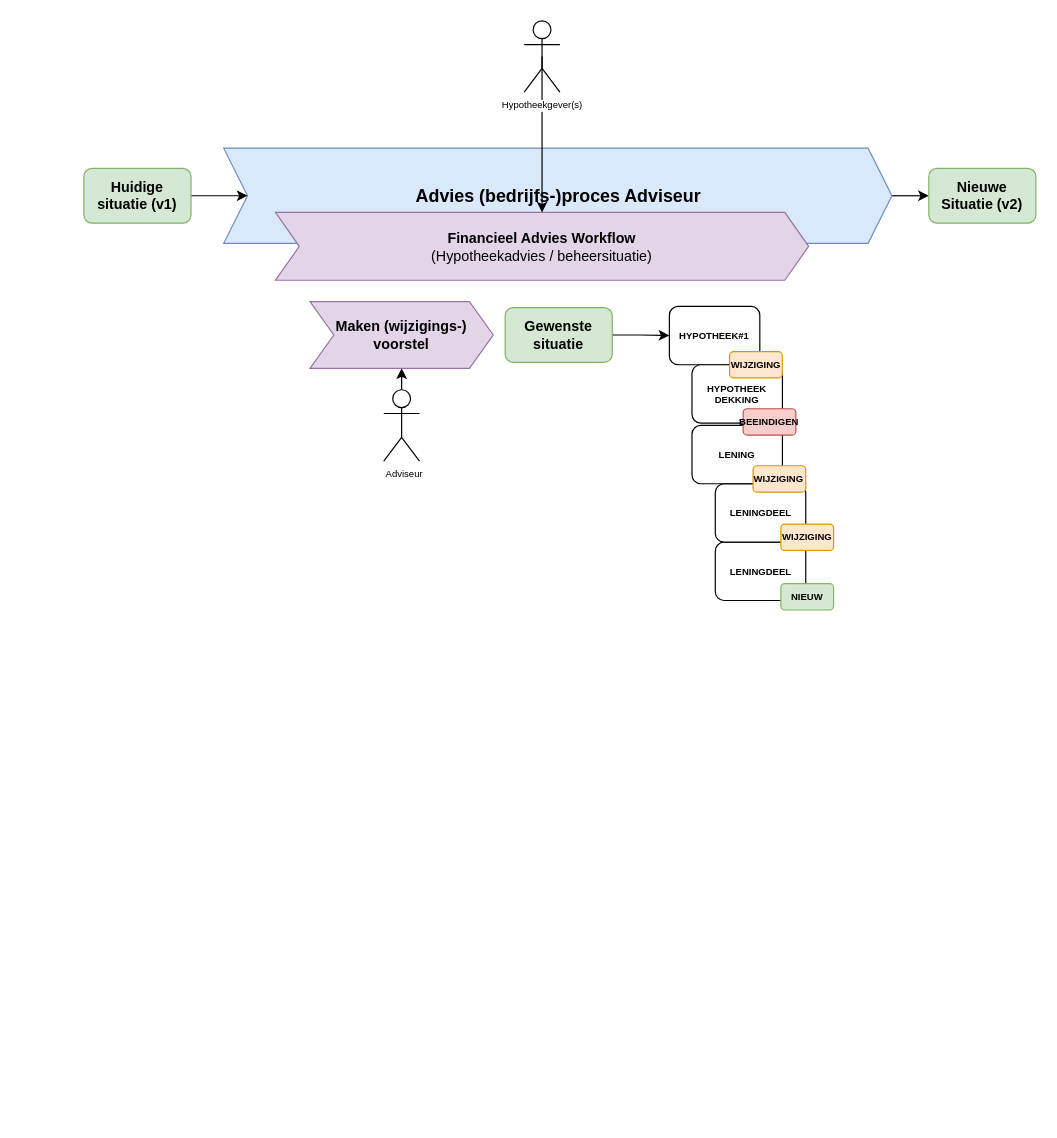
The draw.io diagram page "Adviesproces" (7 of 7) of HDN-Procesplaten.drawio in luchthandel/diagrams, before the edit. Source tidied: cells renumbered, new cells numbered last; positions are measured from the earlier drawing's top-left corner, leaving out a move shared by most shapes. Both pictures are drawn from the tidied source at 119%, with x=0, y=0 at pixel (83, 20).
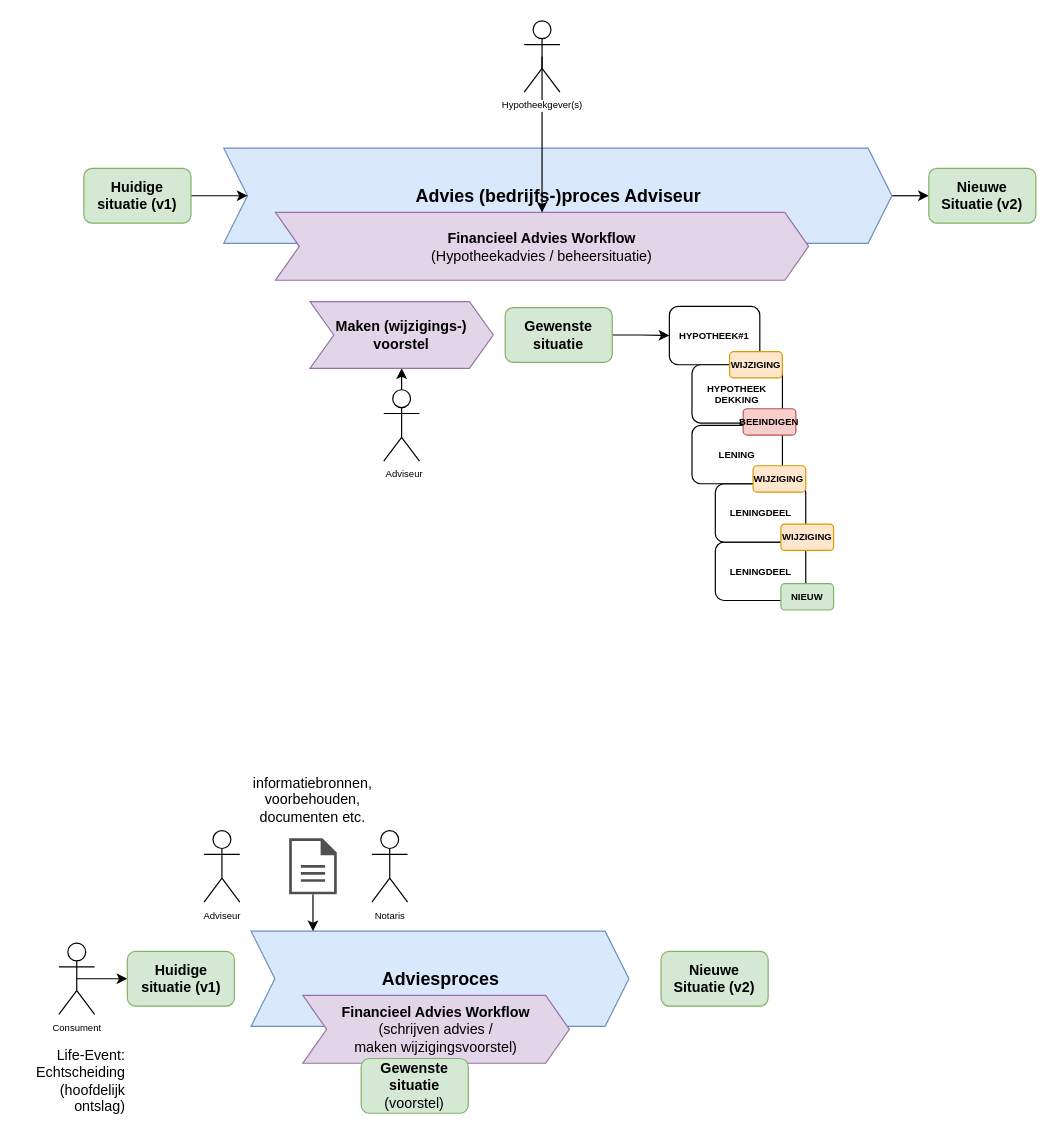
The same page after the edit.

The edit, as a diff of the source:
```diff
@@
+    <mxCell id="25" value="&lt;font style=&quot;font-size: 15px&quot;&gt;Adviesproces&lt;/font&gt;" style="shape=step;perimeter=stepPerimeter;whiteSpace=wrap;html=1;fixedSize=1;fontSize=8;align=center;fillColor=#dae8fc;strokeColor=#6c8ebf;fontStyle=1;" parent="1" vertex="1">
+      <mxGeometry x="140.5" y="765" width="317.5" height="80" as="geometry" />
+    </mxCell>
+    <mxCell id="26" value="Adviseur" style="shape=umlActor;verticalLabelPosition=bottom;labelBackgroundColor=#ffffff;verticalAlign=top;html=1;fontSize=8;align=center;" parent="1" vertex="1">
+      <mxGeometry x="101" y="680.5" width="30" height="60" as="geometry" />
+    </mxCell>
+    <mxCell id="27" style="edgeStyle=none;rounded=0;jettySize=auto;html=1;exitX=0;exitY=0.5;exitDx=0;exitDy=0;entryX=0.5;entryY=0.5;entryDx=0;entryDy=0;startArrow=classic;startFill=1;endArrow=none;endFill=0;entryPerimeter=0;" parent="1" edge="1" source="30" target="28">
+      <mxGeometry relative="1" as="geometry" />
+    </mxCell>
+    <mxCell id="28" value="Consument" style="shape=umlActor;verticalLabelPosition=bottom;labelBackgroundColor=#ffffff;verticalAlign=top;html=1;outlineConnect=0;fontSize=8;align=center;" parent="1" vertex="1">
+      <mxGeometry x="-21" y="775" width="30" height="60" as="geometry" />
+    </mxCell>
+    <mxCell id="29" style="edgeStyle=orthogonalEdgeStyle;rounded=0;jettySize=auto;html=1;entryX=0.5;entryY=0;entryDx=0;entryDy=0;" parent="1" edge="1" source="31">
+      <mxGeometry relative="1" as="geometry">
+        <mxPoint x="192.5" y="765" as="targetPoint" />
+      </mxGeometry>
+    </mxCell>
+    <mxCell id="30" value="Huidige situatie (v1)" style="rounded=1;whiteSpace=wrap;html=1;fontStyle=1;fillColor=#d5e8d4;strokeColor=#82b366;" parent="1" vertex="1">
+      <mxGeometry x="36.5" y="782" width="90" height="46" as="geometry" />
+    </mxCell>
+    <mxCell id="31" style="shadow=0;dashed=0;html=1;strokeColor=none;fillColor=#505050;labelPosition=center;verticalLabelPosition=bottom;verticalAlign=top;outlineConnect=0;align=center;shape=mxgraph.office.concepts.document;labelBackgroundColor=none;fontColor=#000000;" parent="1" vertex="1">
+      <mxGeometry x="172.5" y="687" width="40" height="47" as="geometry" />
+    </mxCell>
+    <mxCell id="32" value="Notaris" style="shape=umlActor;verticalLabelPosition=bottom;labelBackgroundColor=#ffffff;verticalAlign=top;html=1;fontSize=8;align=center;" parent="1" vertex="1">
+      <mxGeometry x="242" y="680.5" width="30" height="60" as="geometry" />
+    </mxCell>
+    <mxCell id="33" value="Nieuwe Situatie (v2)" style="rounded=1;whiteSpace=wrap;html=1;fontStyle=1;fillColor=#d5e8d4;strokeColor=#82b366;" parent="1" vertex="1">
+      <mxGeometry x="485" y="782" width="90" height="46" as="geometry" />
+    </mxCell>
+    <mxCell id="34" value="&lt;span style=&quot;font-size: 12px ; font-weight: 700&quot;&gt;Financieel Advies Workflow&lt;/span&gt;&lt;br style=&quot;font-size: 12px ; font-weight: 700&quot;&gt;&lt;span style=&quot;font-size: 12px&quot;&gt;(schrijven advies /&lt;br&gt;maken wijzigingsvoorstel)&lt;/span&gt;" style="shape=step;perimeter=stepPerimeter;whiteSpace=wrap;html=1;fixedSize=1;fontSize=8;align=center;fillColor=#e1d5e7;strokeColor=#9673a6;" parent="1" vertex="1">
+      <mxGeometry x="184" y="819" width="224" height="57" as="geometry" />
+    </mxCell>
+    <mxCell id="35" value="Gewenste&lt;br&gt;situatie&lt;br&gt;&lt;span style=&quot;font-weight: normal&quot;&gt;(voorstel)&lt;/span&gt;" style="rounded=1;whiteSpace=wrap;html=1;fontStyle=1;fillColor=#d5e8d4;strokeColor=#82b366;" parent="1" vertex="1">
+      <mxGeometry x="233" y="872" width="90" height="46" as="geometry" />
+    </mxCell>
+    <mxCell id="36" value="&lt;div&gt;&lt;font face=&quot;helvetica&quot;&gt;&lt;span style=&quot;font-size: 12px&quot;&gt;Life-&lt;/span&gt;&lt;/font&gt;&lt;span style=&quot;font-size: 12px ; font-family: &amp;#34;helvetica&amp;#34;&quot;&gt;Event:&lt;/span&gt;&lt;/div&gt;&lt;div&gt;&lt;font face=&quot;helvetica&quot;&gt;&lt;span style=&quot;font-size: 12px&quot;&gt;Echtscheiding&lt;/span&gt;&lt;/font&gt;&lt;/div&gt;&lt;div&gt;&lt;font face=&quot;helvetica&quot;&gt;&lt;span style=&quot;font-size: 12px&quot;&gt;(hoofdelijk&lt;/span&gt;&lt;/font&gt;&lt;/div&gt;&lt;div&gt;&lt;font face=&quot;helvetica&quot;&gt;&lt;span style=&quot;font-size: 12px&quot;&gt;ontslag)&lt;/span&gt;&lt;/font&gt;&lt;/div&gt;" style="text;whiteSpace=wrap;html=1;fontSize=8;align=right;" parent="1" vertex="1">
+      <mxGeometry x="-53" y="856" width="90" height="57" as="geometry" />
+    </mxCell>
+    <mxCell id="37" value="&lt;div&gt;&lt;font face=&quot;helvetica&quot;&gt;&lt;span style=&quot;font-size: 12px&quot;&gt;informatiebronnen,&lt;/span&gt;&lt;/font&gt;&lt;/div&gt;&lt;div&gt;&lt;font face=&quot;helvetica&quot;&gt;&lt;span style=&quot;font-size: 12px&quot;&gt;voorbehouden, documenten etc.&lt;/span&gt;&lt;/font&gt;&lt;/div&gt;" style="text;whiteSpace=wrap;html=1;fontSize=8;align=center;" parent="1" vertex="1">
+      <mxGeometry x="159.2" y="627" width="66.5" height="57" as="geometry" />
+    </mxCell>
```
